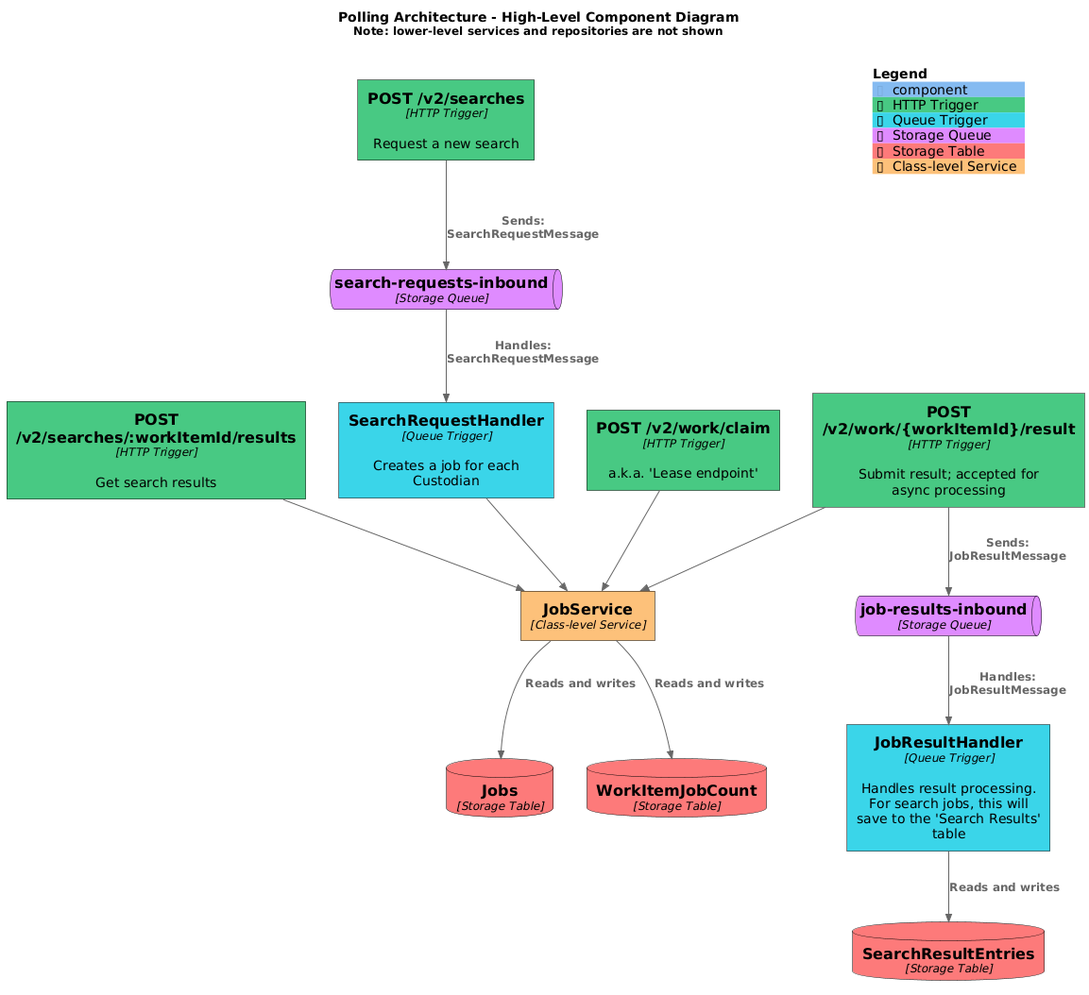
Earlier version of the PlantUML export Docs/Architecture models/generated/polling-architecture.png (DFE-Digital/single-unique-identifier).
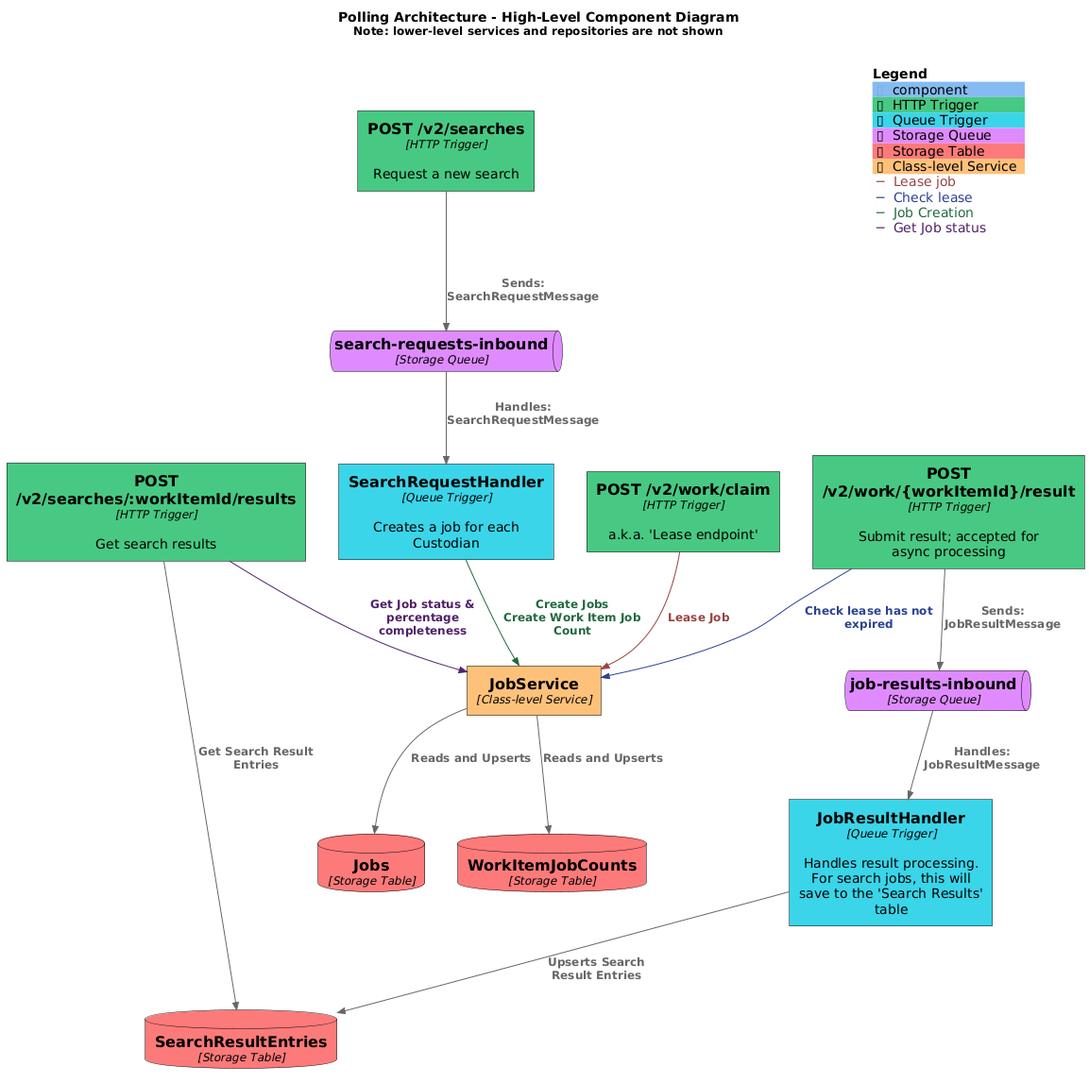
Above is the later version.

Commit message:
docs: second pass at a Polling Architecture diagram, to add Job Service actions

What changed in the source:
```diff
@@ -10,13 +10,18 @@
 AddElementTag("Storage Table", $bgColor="#fd7b7b", $borderColor="#000", $fontColor="#000")
 AddElementTag("Class-level Service", $bgColor="#fdc07b", $borderColor="#000", $fontColor="#000")
 
+AddRelTag("Lease job", $textColor="#974242", $lineColor="#974242")
+AddRelTag("Check lease", $textColor="#2a4291", $lineColor="#2a4291")
+AddRelTag("Job Creation", $textColor="#21693f", $lineColor="#21693f")
+AddRelTag("Get Job status", $textColor="#4f2169", $lineColor="#4f2169")
+
 
 Component(JobsService, "JobService", "Class-level Service", $tags="Class-level Service")
 ComponentDb(JobsTable, "Jobs", "Storage Table", $tags="Storage Table")
-ComponentDb(WorkItemJobCountTable, "WorkItemJobCount", "Storage Table", $tags="Storage Table")
+ComponentDb(WorkItemJobCountTable, "WorkItemJobCounts", "Storage Table", $tags="Storage Table")
 
-Rel(JobsService, JobsTable, "Reads and writes")
-Rel(JobsService, WorkItemJobCountTable, "Reads and writes")
+Rel(JobsService, JobsTable, "Reads and Upserts")
+Rel(JobsService, WorkItemJobCountTable, "Reads and Upserts")
 
 
 Component(StartSearchEndpoint, "POST /v2/searches", "HTTP Trigger", "Request a new search", $tags="HTTP Trigger")
@@ -25,12 +30,12 @@
 
 Rel(StartSearchEndpoint, SearchRequestsQueue, "Sends: SearchRequestMessage")
 Rel(SearchRequestsQueue, SearchRequestHandler, "Handles: SearchRequestMessage")
-Rel(SearchRequestHandler, JobsService, "")
+Rel(SearchRequestHandler, JobsService, "Create Jobs\nCreate Work Item Job Count", $tags="Job Creation")
 
 
 Component(ClaimWorkEndpoint, "POST /v2/work/claim", "HTTP Trigger", "a.k.a. 'Lease endpoint'", $tags="HTTP Trigger")
 
-Rel(ClaimWorkEndpoint, JobsService, "")
+Rel(ClaimWorkEndpoint, JobsService, "Lease Job", $tags="Lease job")
 
 
 Component(SubmitResultEndpoint, "POST /v2/work/{workItemId}/result", "HTTP Trigger", "Submit result; accepted for async processing", $tags="HTTP Trigger")
@@ -40,12 +45,13 @@
 
 Rel(SubmitResultEndpoint, JobResultsInboundQueue, "Sends: JobResultMessage")
 Rel(JobResultsInboundQueue, JobResultHandler, "Handles: JobResultMessage")
-Rel(SubmitResultEndpoint, JobsService, "")
-Rel(JobResultHandler, SearchResultEntriesTable, "Reads and writes")
+Rel(SubmitResultEndpoint, JobsService, "Check lease has not expired", $tags="Check lease")
+Rel(JobResultHandler, SearchResultEntriesTable, "Upserts Search Result Entries")
 
 
 Component(GetSearchResultsEndpoint, "POST /v2/searches/:workItemId/results", "HTTP Trigger", "Get search results", $tags="HTTP Trigger")
-Rel(GetSearchResultsEndpoint, JobsService, "")
+Rel(GetSearchResultsEndpoint, JobsService, "Get Job status & percentage completeness", $tags="Get Job status")
+Rel(GetSearchResultsEndpoint, SearchResultEntriesTable, "Get Search Result Entries")
 
 
 Lay_L(SearchRequestHandler, GetSearchResultsEndpoint)
```
